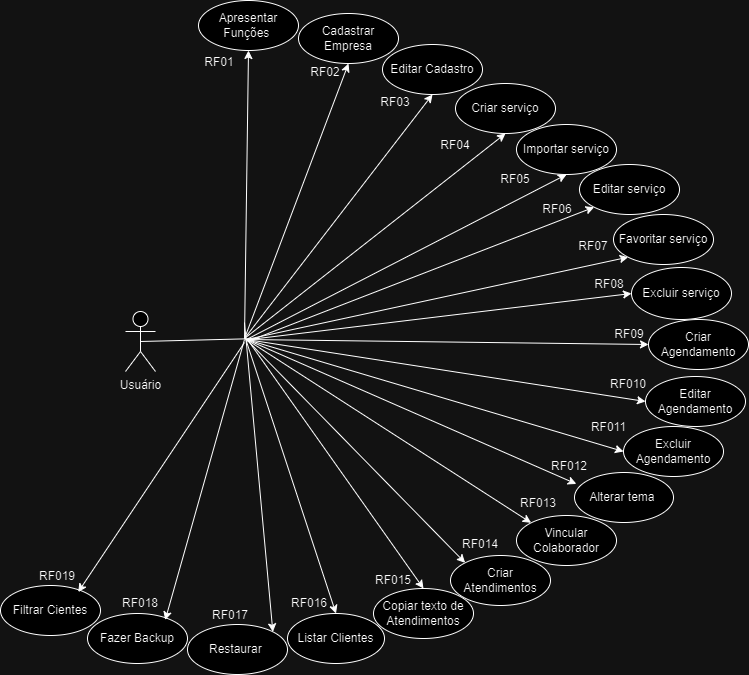
Before: assets/Imagens/download.png, a diagram exported from draw.io (ChavesSWDev/LembraApp). Source tidied: cells renumbered, new cells last; positions are measured from the earlier drawing's top-left corner, leaving out a move shared by most shapes. The source it was exported from:
```xml
<mxGraphModel>
  <root>
    <mxCell id="0" />
    <mxCell id="1" parent="0" />
    <mxCell id="2" value="Apresentar Funções&amp;nbsp;" style="ellipse;whiteSpace=wrap;html=1;" parent="1" vertex="1">
      <mxGeometry x="198" width="100" height="50" as="geometry" />
    </mxCell>
    <mxCell id="3" style="endArrow=classic;html=1;rounded=0;entryX=0.5;entryY=1;entryDx=0;entryDy=0;" parent="1" edge="1" target="2">
      <mxGeometry relative="1" as="geometry">
        <mxPoint x="244" y="338" as="sourcePoint" />
      </mxGeometry>
    </mxCell>
    <mxCell id="4" value="Cadastrar Empresa" style="ellipse;whiteSpace=wrap;html=1;" parent="1" vertex="1">
      <mxGeometry x="298" y="13" width="100" height="50" as="geometry" />
    </mxCell>
    <mxCell id="5" style="endArrow=classic;html=1;rounded=0;entryX=0.5;entryY=1;entryDx=0;entryDy=0;" parent="1" edge="1" target="4">
      <mxGeometry relative="1" as="geometry">
        <mxPoint x="244" y="338" as="sourcePoint" />
      </mxGeometry>
    </mxCell>
    <mxCell id="6" value="Editar Cadastro" style="ellipse;whiteSpace=wrap;html=1;" parent="1" vertex="1">
      <mxGeometry x="382" y="44" width="100" height="50" as="geometry" />
    </mxCell>
    <mxCell id="7" style="endArrow=classic;html=1;rounded=0;entryX=0.5;entryY=1;entryDx=0;entryDy=0;" parent="1" edge="1" target="6">
      <mxGeometry relative="1" as="geometry">
        <mxPoint x="244" y="338" as="sourcePoint" />
      </mxGeometry>
    </mxCell>
    <mxCell id="8" value="RF01" style="text;html=1;strokeColor=none;fillColor=none;align=center;verticalAlign=middle;whiteSpace=wrap;rounded=0;rotation=0;" parent="1" vertex="1">
      <mxGeometry x="189" y="47" width="60" height="30" as="geometry" />
    </mxCell>
    <mxCell id="9" value="RF02" style="text;html=1;strokeColor=none;fillColor=none;align=center;verticalAlign=middle;whiteSpace=wrap;rounded=0;" parent="1" vertex="1">
      <mxGeometry x="295" y="57" width="60" height="30" as="geometry" />
    </mxCell>
    <mxCell id="10" value="RF03" style="text;html=1;strokeColor=none;fillColor=none;align=center;verticalAlign=middle;whiteSpace=wrap;rounded=0;" parent="1" vertex="1">
      <mxGeometry x="365" y="87" width="60" height="30" as="geometry" />
    </mxCell>
    <mxCell id="11" value="Importar serviço" style="ellipse;whiteSpace=wrap;html=1;" parent="1" vertex="1">
      <mxGeometry x="516" y="124" width="100" height="50" as="geometry" />
    </mxCell>
    <mxCell id="12" value="Criar serviço" style="ellipse;whiteSpace=wrap;html=1;" parent="1" vertex="1">
      <mxGeometry x="455" y="83" width="100" height="50" as="geometry" />
    </mxCell>
    <mxCell id="13" value="Favoritar serviço" style="ellipse;whiteSpace=wrap;html=1;" parent="1" vertex="1">
      <mxGeometry x="613" y="214" width="100" height="50" as="geometry" />
    </mxCell>
    <mxCell id="14" value="RF010" style="text;html=1;strokeColor=none;fillColor=none;align=center;verticalAlign=middle;whiteSpace=wrap;rounded=0;" parent="1" vertex="1">
      <mxGeometry x="598" y="369" width="60" height="30" as="geometry" />
    </mxCell>
    <mxCell id="15" value="RF07" style="text;html=1;strokeColor=none;fillColor=none;align=center;verticalAlign=middle;whiteSpace=wrap;rounded=0;" parent="1" vertex="1">
      <mxGeometry x="563" y="231" width="60" height="30" as="geometry" />
    </mxCell>
    <mxCell id="16" value="Editar Agendamento" style="ellipse;whiteSpace=wrap;html=1;" parent="1" vertex="1">
      <mxGeometry x="645" y="376" width="100" height="50" as="geometry" />
    </mxCell>
    <mxCell id="17" value="Excluir Agendamento" style="ellipse;whiteSpace=wrap;html=1;" parent="1" vertex="1">
      <mxGeometry x="623" y="426" width="100" height="50" as="geometry" />
    </mxCell>
    <mxCell id="18" style="edgeStyle=orthogonalEdgeStyle;rounded=0;orthogonalLoop=1;jettySize=auto;html=1;exitX=0.5;exitY=1;exitDx=0;exitDy=0;" parent="1" edge="1" source="16" target="16">
      <mxGeometry relative="1" as="geometry" />
    </mxCell>
    <mxCell id="19" value="RF05" style="text;html=1;strokeColor=none;fillColor=none;align=center;verticalAlign=middle;whiteSpace=wrap;rounded=0;" parent="1" vertex="1">
      <mxGeometry x="485" y="164" width="60" height="30" as="geometry" />
    </mxCell>
    <mxCell id="20" value="RF09" style="text;html=1;strokeColor=none;fillColor=none;align=center;verticalAlign=middle;whiteSpace=wrap;rounded=0;" parent="1" vertex="1">
      <mxGeometry x="599" y="319" width="60" height="30" as="geometry" />
    </mxCell>
    <mxCell id="21" value="RF06" style="text;html=1;strokeColor=none;fillColor=none;align=center;verticalAlign=middle;whiteSpace=wrap;rounded=0;" parent="1" vertex="1">
      <mxGeometry x="527" y="194" width="60" height="30" as="geometry" />
    </mxCell>
    <mxCell id="22" value="Criar Agendamento" style="ellipse;whiteSpace=wrap;html=1;" parent="1" vertex="1">
      <mxGeometry x="648" y="319" width="100" height="50" as="geometry" />
    </mxCell>
    <mxCell id="23" style="endArrow=classic;html=1;rounded=0;entryX=0.5;entryY=1;entryDx=0;entryDy=0;" parent="1" edge="1" target="12">
      <mxGeometry relative="1" as="geometry">
        <mxPoint x="244" y="338" as="sourcePoint" />
      </mxGeometry>
    </mxCell>
    <mxCell id="24" value="Editar serviço" style="ellipse;whiteSpace=wrap;html=1;" parent="1" vertex="1">
      <mxGeometry x="579" y="164" width="100" height="50" as="geometry" />
    </mxCell>
    <mxCell id="25" value="RF04" style="text;html=1;strokeColor=none;fillColor=none;align=center;verticalAlign=middle;whiteSpace=wrap;rounded=0;" parent="1" vertex="1">
      <mxGeometry x="425" y="130" width="60" height="30" as="geometry" />
    </mxCell>
    <mxCell id="26" value="RF08" style="text;html=1;strokeColor=none;fillColor=none;align=center;verticalAlign=middle;whiteSpace=wrap;rounded=0;" parent="1" vertex="1">
      <mxGeometry x="578.5" y="269" width="60" height="30" as="geometry" />
    </mxCell>
    <mxCell id="27" value="RF011" style="text;html=1;strokeColor=none;fillColor=none;align=center;verticalAlign=middle;whiteSpace=wrap;rounded=0;rotation=0;" parent="1" vertex="1">
      <mxGeometry x="577.5" y="413" width="61" height="28" as="geometry" />
    </mxCell>
    <mxCell id="28" value="RF012" style="text;html=1;strokeColor=none;fillColor=none;align=center;verticalAlign=middle;whiteSpace=wrap;rounded=0;" parent="1" vertex="1">
      <mxGeometry x="539" y="451" width="60" height="30" as="geometry" />
    </mxCell>
    <mxCell id="29" value="Alterar tema&amp;nbsp;" style="ellipse;whiteSpace=wrap;html=1;" parent="1" vertex="1">
      <mxGeometry x="574" y="472" width="99" height="50" as="geometry" />
    </mxCell>
    <mxCell id="30" value="Excluir serviço" style="ellipse;whiteSpace=wrap;html=1;" parent="1" vertex="1">
      <mxGeometry x="631" y="267" width="100" height="52" as="geometry" />
    </mxCell>
    <mxCell id="31" style="edgeStyle=orthogonalEdgeStyle;rounded=0;orthogonalLoop=1;jettySize=auto;html=1;exitX=0.5;exitY=1;exitDx=0;exitDy=0;" parent="1" edge="1" source="20" target="20">
      <mxGeometry relative="1" as="geometry" />
    </mxCell>
    <mxCell id="32" value="Vincular Colaborador" style="ellipse;whiteSpace=wrap;html=1;" parent="1" vertex="1">
      <mxGeometry x="516" y="515" width="100" height="50" as="geometry" />
    </mxCell>
    <mxCell id="33" value="RF013" style="text;html=1;strokeColor=none;fillColor=none;align=center;verticalAlign=middle;whiteSpace=wrap;rounded=0;" parent="1" vertex="1">
      <mxGeometry x="508" y="488" width="60" height="30" as="geometry" />
    </mxCell>
    <mxCell id="34" value="Criar Atendimentos" style="ellipse;whiteSpace=wrap;html=1;" parent="1" vertex="1">
      <mxGeometry x="450" y="555" width="100" height="50" as="geometry" />
    </mxCell>
    <mxCell id="35" value="RF014" style="text;html=1;strokeColor=none;fillColor=none;align=center;verticalAlign=middle;whiteSpace=wrap;rounded=0;" parent="1" vertex="1">
      <mxGeometry x="450" y="529" width="60" height="30" as="geometry" />
    </mxCell>
    <mxCell id="36" value="Copiar texto de Atendimentos" style="ellipse;whiteSpace=wrap;html=1;rotation=0;" parent="1" vertex="1">
      <mxGeometry x="373" y="588" width="100" height="50" as="geometry" />
    </mxCell>
    <mxCell id="37" value="RF015" style="text;html=1;strokeColor=none;fillColor=none;align=center;verticalAlign=middle;whiteSpace=wrap;rounded=0;" parent="1" vertex="1">
      <mxGeometry x="363" y="565" width="60" height="30" as="geometry" />
    </mxCell>
    <mxCell id="38" value="Listar Clientes" style="ellipse;whiteSpace=wrap;html=1;" parent="1" vertex="1">
      <mxGeometry x="287" y="613" width="97" height="50" as="geometry" />
    </mxCell>
    <mxCell id="39" value="RF016" style="text;html=1;strokeColor=none;fillColor=none;align=center;verticalAlign=middle;whiteSpace=wrap;rounded=0;" parent="1" vertex="1">
      <mxGeometry x="279" y="588" width="60" height="30" as="geometry" />
    </mxCell>
    <mxCell id="40" value="RF017" style="text;html=1;strokeColor=none;fillColor=none;align=center;verticalAlign=middle;whiteSpace=wrap;rounded=0;" parent="1" vertex="1">
      <mxGeometry x="200" y="600" width="60" height="30" as="geometry" />
    </mxCell>
    <mxCell id="41" value="Restaurar&amp;nbsp;" style="ellipse;whiteSpace=wrap;html=1;" parent="1" vertex="1">
      <mxGeometry x="187" y="624" width="100" height="50" as="geometry" />
    </mxCell>
    <mxCell id="42" value="Usuário" style="shape=umlActor;verticalLabelPosition=bottom;verticalAlign=top;html=1;outlineConnect=0;" parent="1" vertex="1">
      <mxGeometry x="125" y="311" width="30" height="60" as="geometry" />
    </mxCell>
    <mxCell id="43" style="endArrow=classic;html=1;rounded=0;entryX=0.5;entryY=1;entryDx=0;entryDy=0;" parent="1" edge="1" target="11">
      <mxGeometry relative="1" as="geometry">
        <mxPoint x="246" y="339" as="sourcePoint" />
      </mxGeometry>
    </mxCell>
    <mxCell id="44" style="endArrow=classic;html=1;rounded=0;entryX=0;entryY=1;entryDx=0;entryDy=0;" parent="1" edge="1" target="13">
      <mxGeometry relative="1" as="geometry">
        <mxPoint x="246" y="339" as="sourcePoint" />
      </mxGeometry>
    </mxCell>
    <mxCell id="45" style="endArrow=classic;html=1;rounded=0;entryX=0.5;entryY=0;entryDx=0;entryDy=0;" parent="1" edge="1" target="36">
      <mxGeometry relative="1" as="geometry">
        <mxPoint x="247" y="339" as="sourcePoint" />
      </mxGeometry>
    </mxCell>
    <mxCell id="46" style="endArrow=classic;html=1;rounded=0;entryX=0;entryY=0;entryDx=0;entryDy=0;" parent="1" edge="1" target="34">
      <mxGeometry relative="1" as="geometry">
        <mxPoint x="246" y="339" as="sourcePoint" />
      </mxGeometry>
    </mxCell>
    <mxCell id="47" style="endArrow=classic;html=1;rounded=0;entryX=0;entryY=0;entryDx=0;entryDy=0;" parent="1" edge="1" target="32">
      <mxGeometry relative="1" as="geometry">
        <mxPoint x="246" y="339" as="sourcePoint" />
      </mxGeometry>
    </mxCell>
    <mxCell id="48" style="endArrow=classic;html=1;rounded=0;entryX=0.019;entryY=0.229;entryDx=0;entryDy=0;entryPerimeter=0;" parent="1" edge="1" target="29">
      <mxGeometry relative="1" as="geometry">
        <mxPoint x="246" y="339" as="sourcePoint" />
      </mxGeometry>
    </mxCell>
    <mxCell id="49" style="endArrow=classic;html=1;rounded=0;entryX=0;entryY=0.5;entryDx=0;entryDy=0;" parent="1" edge="1" target="17">
      <mxGeometry relative="1" as="geometry">
        <mxPoint x="246" y="339" as="sourcePoint" />
      </mxGeometry>
    </mxCell>
    <mxCell id="50" style="endArrow=classic;html=1;rounded=0;entryX=0;entryY=0.5;entryDx=0;entryDy=0;" parent="1" edge="1" target="16">
      <mxGeometry relative="1" as="geometry">
        <mxPoint x="246" y="339" as="sourcePoint" />
      </mxGeometry>
    </mxCell>
    <mxCell id="51" style="endArrow=classic;html=1;rounded=0;entryX=0;entryY=0.5;entryDx=0;entryDy=0;" parent="1" edge="1" target="22">
      <mxGeometry relative="1" as="geometry">
        <mxPoint x="246" y="339" as="sourcePoint" />
      </mxGeometry>
    </mxCell>
    <mxCell id="52" style="endArrow=classic;html=1;rounded=0;entryX=0;entryY=0.5;entryDx=0;entryDy=0;" parent="1" edge="1" target="30">
      <mxGeometry relative="1" as="geometry">
        <mxPoint x="249" y="339" as="sourcePoint" />
      </mxGeometry>
    </mxCell>
    <mxCell id="53" style="endArrow=classic;html=1;rounded=0;entryX=0;entryY=1;entryDx=0;entryDy=0;" parent="1" edge="1" target="24">
      <mxGeometry relative="1" as="geometry">
        <mxPoint x="247" y="341" as="sourcePoint" />
      </mxGeometry>
    </mxCell>
    <mxCell id="54" style="endArrow=classic;html=1;rounded=0;entryX=1;entryY=0;entryDx=0;entryDy=0;" parent="1" edge="1" target="41">
      <mxGeometry relative="1" as="geometry">
        <mxPoint x="244" y="322" as="sourcePoint" />
      </mxGeometry>
    </mxCell>
    <mxCell id="55" style="endArrow=classic;html=1;rounded=0;entryX=0.5;entryY=0;entryDx=0;entryDy=0;" parent="1" edge="1" target="38">
      <mxGeometry relative="1" as="geometry">
        <mxPoint x="244" y="335" as="sourcePoint" />
      </mxGeometry>
    </mxCell>
    <mxCell id="56" style="endArrow=none;html=1;rounded=0;exitX=0.5;exitY=0.5;exitDx=0;exitDy=0;exitPerimeter=0;" parent="1" edge="1" source="42">
      <mxGeometry relative="1" as="geometry">
        <mxPoint x="259" y="338" as="targetPoint" />
      </mxGeometry>
    </mxCell>
    <mxCell id="57" value="RF018" style="text;html=1;strokeColor=none;fillColor=none;align=center;verticalAlign=middle;whiteSpace=wrap;rounded=0;" parent="1" vertex="1">
      <mxGeometry x="110" y="588" width="60" height="30" as="geometry" />
    </mxCell>
    <mxCell id="58" value="Fazer Backup" style="ellipse;whiteSpace=wrap;html=1;" parent="1" vertex="1">
      <mxGeometry x="87" y="613" width="100" height="50" as="geometry" />
    </mxCell>
    <mxCell id="59" style="endArrow=classic;html=1;rounded=0;entryX=0.777;entryY=0.131;entryDx=0;entryDy=0;entryPerimeter=0;" parent="1" edge="1" target="58">
      <mxGeometry relative="1" as="geometry">
        <mxPoint x="244" y="339" as="sourcePoint" />
      </mxGeometry>
    </mxCell>
    <mxCell id="60" value="Filtrar Cientes" style="ellipse;whiteSpace=wrap;html=1;" parent="1" vertex="1">
      <mxGeometry y="585" width="100" height="50" as="geometry" />
    </mxCell>
    <mxCell id="61" style="endArrow=classic;html=1;rounded=0;entryX=0.777;entryY=0.131;entryDx=0;entryDy=0;entryPerimeter=0;" parent="1" edge="1" target="60">
      <mxGeometry relative="1" as="geometry">
        <mxPoint x="244" y="342" as="sourcePoint" />
      </mxGeometry>
    </mxCell>
    <mxCell id="62" value="RF019" style="text;html=1;strokeColor=none;fillColor=none;align=center;verticalAlign=middle;whiteSpace=wrap;rounded=0;" parent="1" vertex="1">
      <mxGeometry x="27" y="561" width="60" height="30" as="geometry" />
    </mxCell>
  </root>
</mxGraphModel>
```
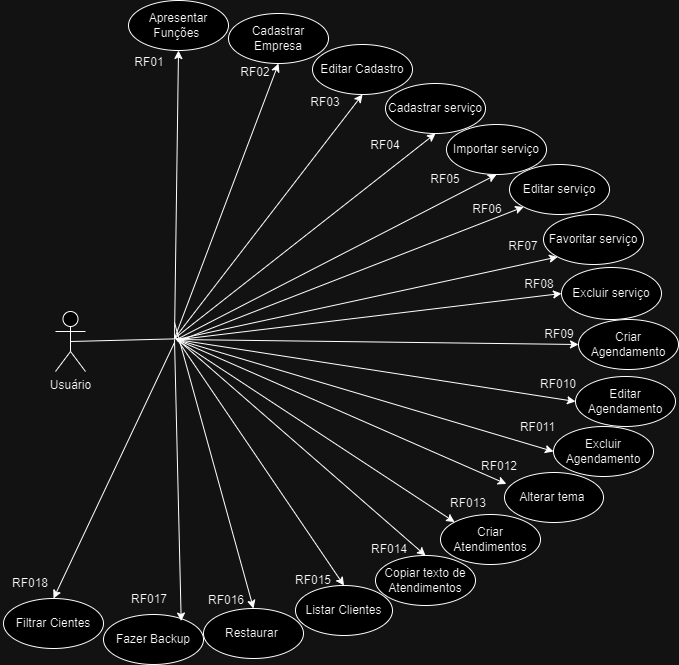
The same diagram one commit later.

Change to the diagram source:
```diff
@@ -38,7 +38,7 @@
     <mxCell id="11" value="Importar serviço" style="ellipse;whiteSpace=wrap;html=1;" parent="1" vertex="1">
       <mxGeometry x="516" y="124" width="100" height="50" as="geometry" />
     </mxCell>
-    <mxCell id="12" value="Criar serviço" style="ellipse;whiteSpace=wrap;html=1;" parent="1" vertex="1">
+    <mxCell id="12" value="Cadastrar serviço" style="ellipse;whiteSpace=wrap;html=1;" parent="1" vertex="1">
       <mxGeometry x="455" y="83" width="100" height="50" as="geometry" />
     </mxCell>
     <mxCell id="13" value="Favoritar serviço" style="ellipse;whiteSpace=wrap;html=1;" parent="1" vertex="1">
@@ -100,35 +100,32 @@
     <mxCell id="31" style="edgeStyle=orthogonalEdgeStyle;rounded=0;orthogonalLoop=1;jettySize=auto;html=1;exitX=0.5;exitY=1;exitDx=0;exitDy=0;" parent="1" edge="1" source="20" target="20">
       <mxGeometry relative="1" as="geometry" />
     </mxCell>
-    <mxCell id="32" value="Vincular Colaborador" style="ellipse;whiteSpace=wrap;html=1;" parent="1" vertex="1">
-      <mxGeometry x="516" y="515" width="100" height="50" as="geometry" />
-    </mxCell>
     <mxCell id="33" value="RF013" style="text;html=1;strokeColor=none;fillColor=none;align=center;verticalAlign=middle;whiteSpace=wrap;rounded=0;" parent="1" vertex="1">
       <mxGeometry x="508" y="488" width="60" height="30" as="geometry" />
     </mxCell>
     <mxCell id="34" value="Criar Atendimentos" style="ellipse;whiteSpace=wrap;html=1;" parent="1" vertex="1">
-      <mxGeometry x="450" y="555" width="100" height="50" as="geometry" />
+      <mxGeometry x="510" y="514" width="100" height="50" as="geometry" />
     </mxCell>
     <mxCell id="35" value="RF014" style="text;html=1;strokeColor=none;fillColor=none;align=center;verticalAlign=middle;whiteSpace=wrap;rounded=0;" parent="1" vertex="1">
-      <mxGeometry x="450" y="529" width="60" height="30" as="geometry" />
+      <mxGeometry x="429" y="534" width="60" height="30" as="geometry" />
     </mxCell>
     <mxCell id="36" value="Copiar texto de Atendimentos" style="ellipse;whiteSpace=wrap;html=1;rotation=0;" parent="1" vertex="1">
-      <mxGeometry x="373" y="588" width="100" height="50" as="geometry" />
+      <mxGeometry x="445" y="555" width="100" height="50" as="geometry" />
     </mxCell>
     <mxCell id="37" value="RF015" style="text;html=1;strokeColor=none;fillColor=none;align=center;verticalAlign=middle;whiteSpace=wrap;rounded=0;" parent="1" vertex="1">
-      <mxGeometry x="363" y="565" width="60" height="30" as="geometry" />
+      <mxGeometry x="353" y="565" width="60" height="30" as="geometry" />
     </mxCell>
     <mxCell id="38" value="Listar Clientes" style="ellipse;whiteSpace=wrap;html=1;" parent="1" vertex="1">
-      <mxGeometry x="287" y="613" width="97" height="50" as="geometry" />
+      <mxGeometry x="365" y="585" width="97" height="50" as="geometry" />
     </mxCell>
     <mxCell id="39" value="RF016" style="text;html=1;strokeColor=none;fillColor=none;align=center;verticalAlign=middle;whiteSpace=wrap;rounded=0;" parent="1" vertex="1">
-      <mxGeometry x="279" y="588" width="60" height="30" as="geometry" />
+      <mxGeometry x="266" y="585" width="60" height="30" as="geometry" />
     </mxCell>
     <mxCell id="40" value="RF017" style="text;html=1;strokeColor=none;fillColor=none;align=center;verticalAlign=middle;whiteSpace=wrap;rounded=0;" parent="1" vertex="1">
-      <mxGeometry x="200" y="600" width="60" height="30" as="geometry" />
+      <mxGeometry x="189" y="584" width="60" height="30" as="geometry" />
     </mxCell>
     <mxCell id="41" value="Restaurar&amp;nbsp;" style="ellipse;whiteSpace=wrap;html=1;" parent="1" vertex="1">
-      <mxGeometry x="187" y="624" width="100" height="50" as="geometry" />
+      <mxGeometry x="273" y="608" width="100" height="50" as="geometry" />
     </mxCell>
     <mxCell id="42" value="Usuário" style="shape=umlActor;verticalLabelPosition=bottom;verticalAlign=top;html=1;outlineConnect=0;" parent="1" vertex="1">
       <mxGeometry x="125" y="311" width="30" height="60" as="geometry" />
@@ -153,11 +150,6 @@
         <mxPoint x="246" y="339" as="sourcePoint" />
       </mxGeometry>
     </mxCell>
-    <mxCell id="47" style="endArrow=classic;html=1;rounded=0;entryX=0;entryY=0;entryDx=0;entryDy=0;" parent="1" edge="1" target="32">
-      <mxGeometry relative="1" as="geometry">
-        <mxPoint x="246" y="339" as="sourcePoint" />
-      </mxGeometry>
-    </mxCell>
     <mxCell id="48" style="endArrow=classic;html=1;rounded=0;entryX=0.019;entryY=0.229;entryDx=0;entryDy=0;entryPerimeter=0;" parent="1" edge="1" target="29">
       <mxGeometry relative="1" as="geometry">
         <mxPoint x="246" y="339" as="sourcePoint" />
@@ -188,7 +180,7 @@
         <mxPoint x="247" y="341" as="sourcePoint" />
       </mxGeometry>
     </mxCell>
-    <mxCell id="54" style="endArrow=classic;html=1;rounded=0;entryX=1;entryY=0;entryDx=0;entryDy=0;" parent="1" edge="1" target="41">
+    <mxCell id="54" style="endArrow=classic;html=1;rounded=0;entryX=0.5;entryY=0;entryDx=0;entryDy=0;" parent="1" edge="1" target="41">
       <mxGeometry relative="1" as="geometry">
         <mxPoint x="244" y="322" as="sourcePoint" />
       </mxGeometry>
@@ -204,10 +196,10 @@
       </mxGeometry>
     </mxCell>
     <mxCell id="57" value="RF018" style="text;html=1;strokeColor=none;fillColor=none;align=center;verticalAlign=middle;whiteSpace=wrap;rounded=0;" parent="1" vertex="1">
-      <mxGeometry x="110" y="588" width="60" height="30" as="geometry" />
+      <mxGeometry x="70" y="568" width="60" height="30" as="geometry" />
     </mxCell>
     <mxCell id="58" value="Fazer Backup" style="ellipse;whiteSpace=wrap;html=1;" parent="1" vertex="1">
-      <mxGeometry x="87" y="613" width="100" height="50" as="geometry" />
+      <mxGeometry x="173" y="614" width="100" height="50" as="geometry" />
     </mxCell>
     <mxCell id="59" style="endArrow=classic;html=1;rounded=0;entryX=0.777;entryY=0.131;entryDx=0;entryDy=0;entryPerimeter=0;" parent="1" edge="1" target="58">
       <mxGeometry relative="1" as="geometry">
@@ -215,15 +207,12 @@
       </mxGeometry>
     </mxCell>
     <mxCell id="60" value="Filtrar Cientes" style="ellipse;whiteSpace=wrap;html=1;" parent="1" vertex="1">
-      <mxGeometry y="585" width="100" height="50" as="geometry" />
+      <mxGeometry x="73" y="598" width="100" height="50" as="geometry" />
     </mxCell>
-    <mxCell id="61" style="endArrow=classic;html=1;rounded=0;entryX=0.777;entryY=0.131;entryDx=0;entryDy=0;entryPerimeter=0;" parent="1" edge="1" target="60">
+    <mxCell id="61" style="endArrow=classic;html=1;rounded=0;entryX=0.5;entryY=0;entryDx=0;entryDy=0;" parent="1" edge="1" target="60">
       <mxGeometry relative="1" as="geometry">
         <mxPoint x="244" y="342" as="sourcePoint" />
       </mxGeometry>
     </mxCell>
-    <mxCell id="62" value="RF019" style="text;html=1;strokeColor=none;fillColor=none;align=center;verticalAlign=middle;whiteSpace=wrap;rounded=0;" parent="1" vertex="1">
-      <mxGeometry x="27" y="561" width="60" height="30" as="geometry" />
-    </mxCell>
   </root>
 </mxGraphModel>
```
